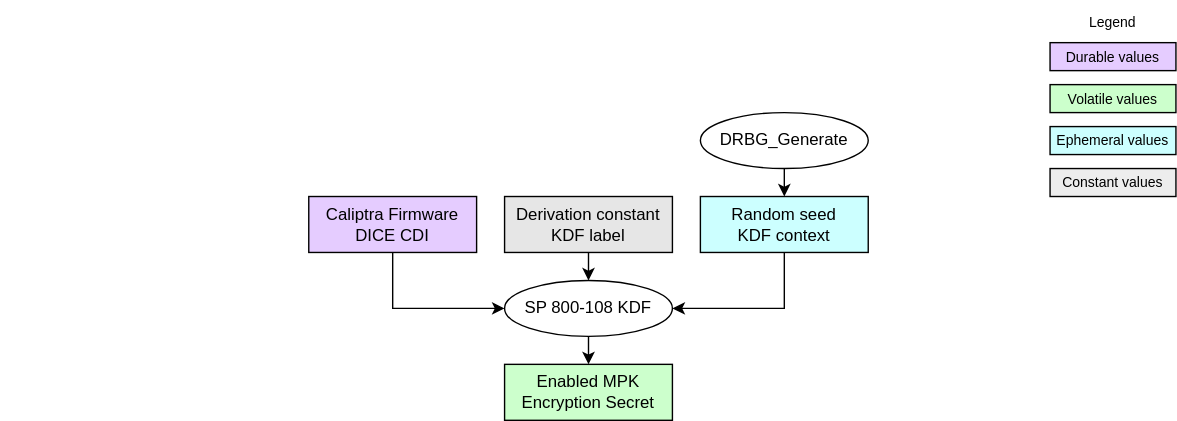
chipsalliance/Caliptra keeps this draw.io diagram as doc/ocp_lock/diagrams/enabled_mpk_secret_generation.drawio.svg. Above is the earlier version. Source tidied: cells renumbered, new cells last; positions are measured from the earlier drawing's top-left corner, leaving out a move shared by most shapes.
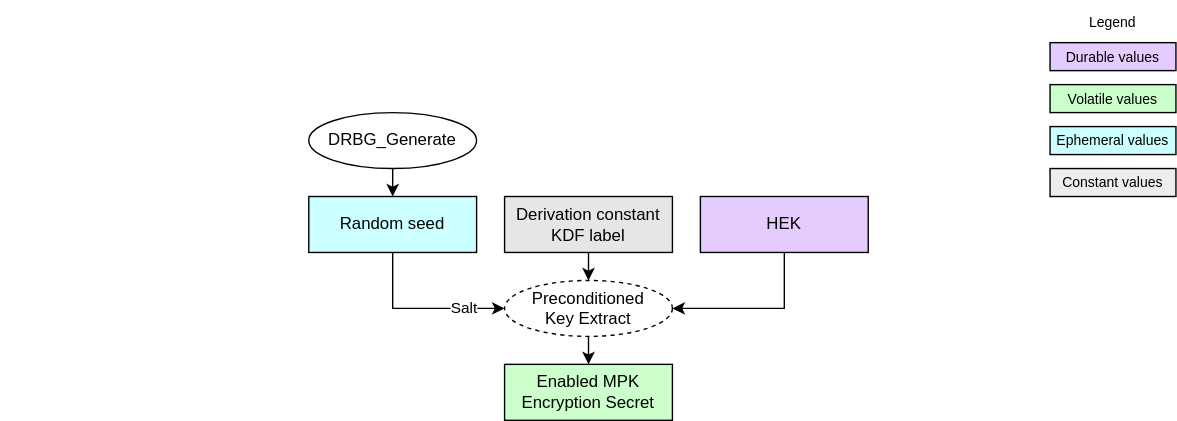
After the commit.

The edit, as a diff of the source:
```diff
@@ -5,21 +5,20 @@
     <mxCell id="2" style="edgeStyle=none;html=1;exitX=0.5;exitY=1;exitDx=0;exitDy=0;entryX=0.5;entryY=0;entryDx=0;entryDy=0;" parent="1" edge="1" source="6" target="4">
       <mxGeometry relative="1" as="geometry" />
     </mxCell>
-    <mxCell id="3" style="edgeStyle=orthogonalEdgeStyle;html=1;exitX=0.5;exitY=1;exitDx=0;exitDy=0;entryX=1;entryY=0.5;entryDx=0;entryDy=0;rounded=0;" parent="1" edge="1" source="4" target="13">
-      <mxGeometry x="0.33" relative="1" as="geometry">
-        <Array as="points">
-          <mxPoint x="560" y="220" />
-        </Array>
-      </mxGeometry>
+    <mxCell id="3" style="edgeStyle=orthogonalEdgeStyle;html=1;exitX=0.5;exitY=1;exitDx=0;exitDy=0;entryX=0;entryY=0.5;entryDx=0;entryDy=0;rounded=0;" parent="1" edge="1" source="4" target="13">
+      <mxGeometry relative="1" as="geometry" />
     </mxCell>
+    <mxCell id="19" value="Salt" style="edgeLabel;html=1;align=center;verticalAlign=middle;" parent="3" vertex="1">
+      <mxGeometry x="0.5" y="1" relative="1" as="geometry" />
+    </mxCell>
-    <mxCell id="4" value="&lt;div&gt;&lt;font color=&quot;#000000&quot;&gt;Random seed&lt;/font&gt;&lt;/div&gt;&lt;div&gt;&lt;font color=&quot;#000000&quot;&gt;KDF context&lt;/font&gt;&lt;/div&gt;" style="rounded=0;whiteSpace=wrap;html=1;align=center;verticalAlign=middle;shadow=0;glass=0;spacingLeft=0;spacingBottom=0;spacingTop=0;fillColor=#CCFFFF;" parent="1" vertex="1">
-      <mxGeometry x="500" y="140" width="120" height="40" as="geometry" />
+    <mxCell id="4" value="&lt;div&gt;&lt;font color=&quot;#000000&quot;&gt;Random seed&lt;/font&gt;&lt;/div&gt;" style="rounded=0;whiteSpace=wrap;html=1;align=center;verticalAlign=middle;shadow=0;glass=0;spacingLeft=0;spacingBottom=0;spacingTop=0;fillColor=#CCFFFF;" parent="1" vertex="1">
+      <mxGeometry x="220" y="140" width="120" height="40" as="geometry" />
     </mxCell>
     <mxCell id="5" value="&lt;div&gt;&lt;font color=&quot;#000000&quot;&gt;Enabled MPK Encryption Secret&lt;/font&gt;&lt;/div&gt;" style="rounded=0;whiteSpace=wrap;html=1;align=center;verticalAlign=middle;shadow=0;glass=0;spacingLeft=0;spacingBottom=0;spacingTop=0;fillColor=#CCFFCC;" parent="1" vertex="1">
       <mxGeometry x="360" y="260" width="120" height="40" as="geometry" />
     </mxCell>
     <mxCell id="6" value="DRBG_Generate" style="ellipse;whiteSpace=wrap;html=1;fillColor=#FFFFFF;" parent="1" vertex="1">
-      <mxGeometry x="500" y="80" width="120" height="40" as="geometry" />
+      <mxGeometry x="220" y="80" width="120" height="40" as="geometry" />
     </mxCell>
     <mxCell id="7" value="&lt;div&gt;&lt;font color=&quot;#000000&quot;&gt;Durable values&lt;/font&gt;&lt;/div&gt;" style="rounded=0;whiteSpace=wrap;html=1;align=center;verticalAlign=middle;shadow=0;glass=0;spacingLeft=0;spacingBottom=0;spacingTop=0;fillColor=#E5CCFF;fontSize=10;" parent="1" vertex="1">
       <mxGeometry x="750" y="30" width="90" height="20" as="geometry" />
@@ -30,16 +29,16 @@
     <mxCell id="9" style="rounded=0;whiteSpace=wrap;html=1;align=center;verticalAlign=middle;shadow=0;glass=0;spacingLeft=0;spacingBottom=0;spacingTop=0;fillColor=#FFFFFF;fontSize=10;strokeColor=#FFFFFF;" parent="1" vertex="1">
       <mxGeometry y="40" width="90" height="20" as="geometry" />
     </mxCell>
-    <mxCell id="10" style="edgeStyle=orthogonalEdgeStyle;html=1;exitX=0.5;exitY=1;exitDx=0;exitDy=0;entryX=0;entryY=0.5;entryDx=0;entryDy=0;rounded=0;" parent="1" edge="1" source="11" target="13">
+    <mxCell id="10" style="edgeStyle=orthogonalEdgeStyle;html=1;exitX=0.5;exitY=1;exitDx=0;exitDy=0;entryX=1;entryY=0.5;entryDx=0;entryDy=0;rounded=0;" parent="1" edge="1" source="11" target="13">
       <mxGeometry relative="1" as="geometry" />
     </mxCell>
-    <mxCell id="11" value="&lt;div&gt;&lt;font color=&quot;#000000&quot;&gt;Caliptra Firmware DICE CDI&lt;/font&gt;&lt;/div&gt;" style="rounded=0;whiteSpace=wrap;html=1;align=center;verticalAlign=middle;shadow=0;glass=0;spacingLeft=0;spacingBottom=0;spacingTop=0;fillColor=#E5CCFF;" parent="1" vertex="1">
-      <mxGeometry x="220" y="140" width="120" height="40" as="geometry" />
+    <mxCell id="11" value="&lt;div&gt;&lt;font color=&quot;#000000&quot;&gt;HEK&lt;/font&gt;&lt;/div&gt;" style="rounded=0;whiteSpace=wrap;html=1;align=center;verticalAlign=middle;shadow=0;glass=0;spacingLeft=0;spacingBottom=0;spacingTop=0;fillColor=#E5CCFF;" parent="1" vertex="1">
+      <mxGeometry x="500" y="140" width="120" height="40" as="geometry" />
     </mxCell>
     <mxCell id="12" style="edgeStyle=none;html=1;exitX=0.5;exitY=1;exitDx=0;exitDy=0;entryX=0.5;entryY=0;entryDx=0;entryDy=0;" parent="1" edge="1" source="13" target="5">
       <mxGeometry relative="1" as="geometry" />
     </mxCell>
-    <mxCell id="13" value="SP 800-108 KDF" style="ellipse;whiteSpace=wrap;html=1;fillColor=#FFFFFF;" parent="1" vertex="1">
+    <mxCell id="13" value="Preconditioned&lt;div&gt;Key Extract&lt;/div&gt;" style="ellipse;whiteSpace=wrap;html=1;fillColor=#FFFFFF;dashed=1;" parent="1" vertex="1">
       <mxGeometry x="360" y="200" width="120" height="40" as="geometry" />
     </mxCell>
     <mxCell id="14" value="&lt;div&gt;&lt;font color=&quot;#000000&quot;&gt;Ephemeral values&lt;/font&gt;&lt;/div&gt;" style="rounded=0;whiteSpace=wrap;html=1;align=center;verticalAlign=middle;shadow=0;glass=0;spacingLeft=0;spacingBottom=0;spacingTop=0;fillColor=#CCFFFF;fontSize=10;" parent="1" vertex="1">
```
